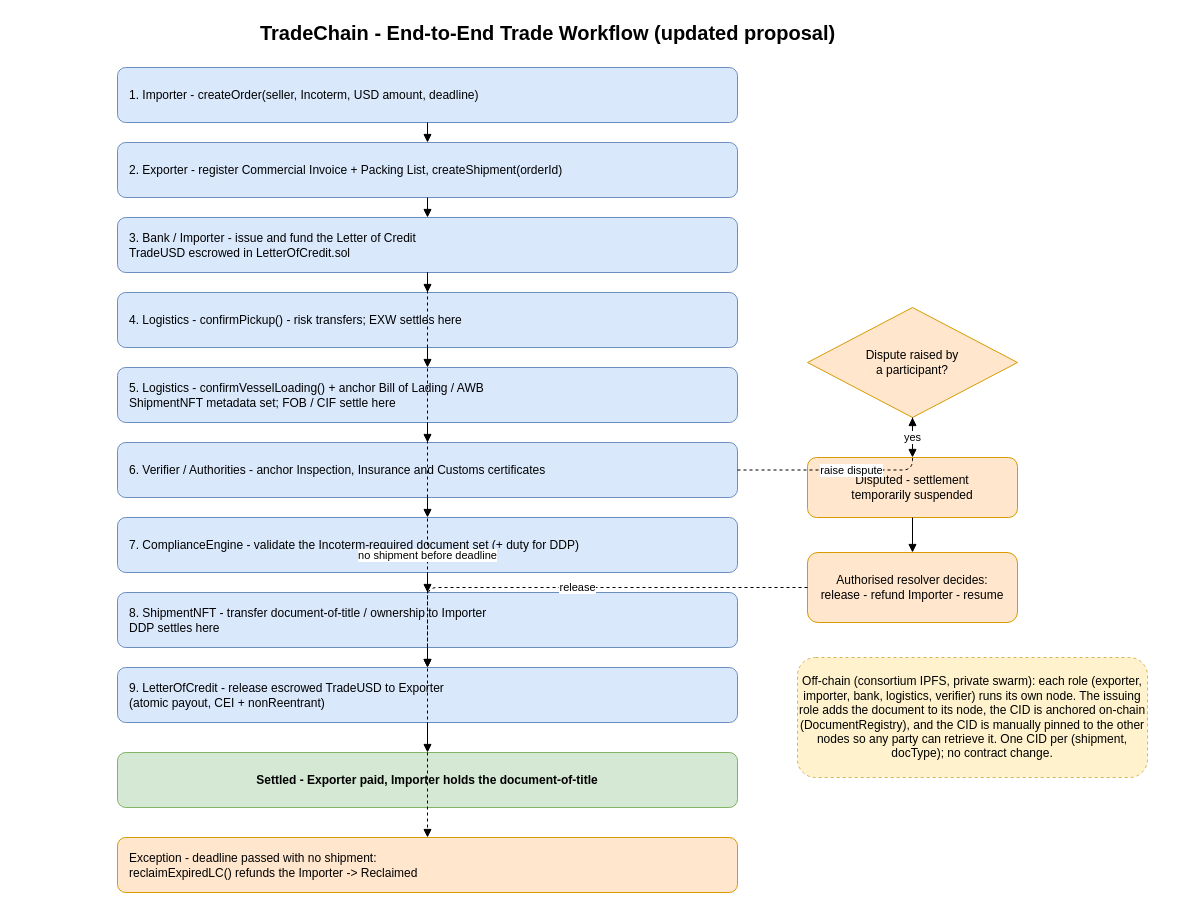
This is page "Workflow" (2 of 2) of docs/diagrams/TradeChain.drawio from hoi88ki/CSIT5760-Individual-Project, a draw.io file, before an edit. Source tidied: cells renumbered, new cells numbered last; positions are measured from the earlier drawing's top-left corner, leaving out a move shared by most shapes. Both pictures are drawn from the tidied source at 100%, with x=0, y=0 at pixel (17, 17).
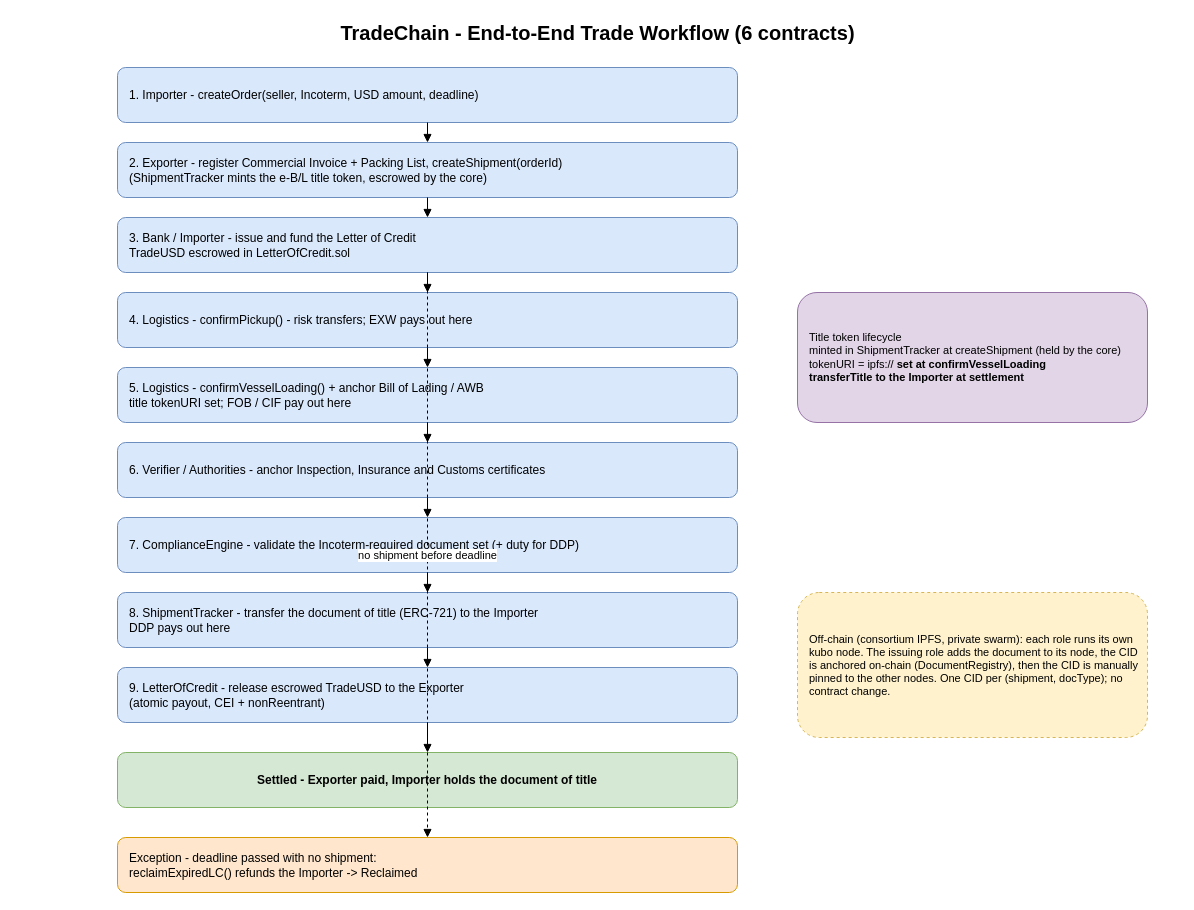
The same diagram, later.

The change refers to these unchanged cells:
```xml
<mxCell id="8" value="6. Verifier / Authorities - anchor Inspection, Insurance and Customs certificates" style="rounded=1;whiteSpace=wrap;html=1;fillColor=#dae8fc;strokeColor=#6c8ebf;align=left;spacingLeft=10;" parent="1" vertex="1">
  <mxGeometry x="100" y="425" width="620" height="55" as="geometry" />
</mxCell>
```

What changed in the source:
```diff
@@
-    <mxCell id="2" value="TradeChain - End-to-End Trade Workflow (updated proposal)" style="text;html=1;strokeColor=none;fillColor=none;align=center;verticalAlign=middle;fontSize=20;fontStyle=1;" parent="1" vertex="1">
-      <mxGeometry width="1060" height="30" as="geometry" />
+    <mxCell id="2" value="TradeChain - End-to-End Trade Workflow (6 contracts)" style="text;html=1;strokeColor=none;fillColor=none;align=center;verticalAlign=middle;fontSize=20;fontStyle=1;" parent="1" vertex="1">
+      <mxGeometry width="1160" height="30" as="geometry" />
     </mxCell>
@@
-    <mxCell id="4" value="2. Exporter - register Commercial Invoice + Packing List, createShipment(orderId)" style="rounded=1;whiteSpace=wrap;html=1;fillColor=#dae8fc;strokeColor=#6c8ebf;align=left;spacingLeft=10;" parent="1" vertex="1">
+    <mxCell id="4" value="2. Exporter - register Commercial Invoice + Packing List, createShipment(orderId)&#10;(ShipmentTracker mints the e-B/L title token, escrowed by the core)" style="rounded=1;whiteSpace=wrap;html=1;fillColor=#dae8fc;strokeColor=#6c8ebf;align=left;spacingLeft=10;" parent="1" vertex="1">
       <mxGeometry x="100" y="125" width="620" height="55" as="geometry" />
     </mxCell>
@@
-    <mxCell id="6" value="4. Logistics - confirmPickup() - risk transfers; EXW settles here" style="rounded=1;whiteSpace=wrap;html=1;fillColor=#dae8fc;strokeColor=#6c8ebf;align=left;spacingLeft=10;" parent="1" vertex="1">
+    <mxCell id="6" value="4. Logistics - confirmPickup() - risk transfers; EXW pays out here" style="rounded=1;whiteSpace=wrap;html=1;fillColor=#dae8fc;strokeColor=#6c8ebf;align=left;spacingLeft=10;" parent="1" vertex="1">
       <mxGeometry x="100" y="275" width="620" height="55" as="geometry" />
     </mxCell>
-    <mxCell id="7" value="5. Logistics - confirmVesselLoading() + anchor Bill of Lading / AWB&#10;ShipmentNFT metadata set; FOB / CIF settle here" style="rounded=1;whiteSpace=wrap;html=1;fillColor=#dae8fc;strokeColor=#6c8ebf;align=left;spacingLeft=10;" parent="1" vertex="1">
+    <mxCell id="7" value="5. Logistics - confirmVesselLoading() + anchor Bill of Lading / AWB&#10;title tokenURI set; FOB / CIF pay out here" style="rounded=1;whiteSpace=wrap;html=1;fillColor=#dae8fc;strokeColor=#6c8ebf;align=left;spacingLeft=10;" parent="1" vertex="1">
       <mxGeometry x="100" y="350" width="620" height="55" as="geometry" />
     </mxCell>
@@
-    <mxCell id="10" value="8. ShipmentNFT - transfer document-of-title / ownership to Importer&#10;DDP settles here" style="rounded=1;whiteSpace=wrap;html=1;fillColor=#dae8fc;strokeColor=#6c8ebf;align=left;spacingLeft=10;" parent="1" vertex="1">
+    <mxCell id="10" value="8. ShipmentTracker - transfer the document of title (ERC-721) to the Importer&#10;DDP pays out here" style="rounded=1;whiteSpace=wrap;html=1;fillColor=#dae8fc;strokeColor=#6c8ebf;align=left;spacingLeft=10;" parent="1" vertex="1">
       <mxGeometry x="100" y="575" width="620" height="55" as="geometry" />
     </mxCell>
-    <mxCell id="11" value="9. LetterOfCredit - release escrowed TradeUSD to Exporter&#10;(atomic payout, CEI + nonReentrant)" style="rounded=1;whiteSpace=wrap;html=1;fillColor=#dae8fc;strokeColor=#6c8ebf;align=left;spacingLeft=10;" parent="1" vertex="1">
+    <mxCell id="11" value="9. LetterOfCredit - release escrowed TradeUSD to the Exporter&#10;(atomic payout, CEI + nonReentrant)" style="rounded=1;whiteSpace=wrap;html=1;fillColor=#dae8fc;strokeColor=#6c8ebf;align=left;spacingLeft=10;" parent="1" vertex="1">
       <mxGeometry x="100" y="650" width="620" height="55" as="geometry" />
     </mxCell>
-    <mxCell id="12" value="Settled - Exporter paid, Importer holds the document-of-title" style="rounded=1;whiteSpace=wrap;html=1;fillColor=#d5e8d4;strokeColor=#82b366;fontStyle=1;align=center;" parent="1" vertex="1">
+    <mxCell id="12" value="Settled - Exporter paid, Importer holds the document of title" style="rounded=1;whiteSpace=wrap;html=1;fillColor=#d5e8d4;strokeColor=#82b366;fontStyle=1;align=center;" parent="1" vertex="1">
       <mxGeometry x="100" y="735" width="620" height="55" as="geometry" />
     </mxCell>
@@
-    <mxCell id="14" value="Dispute raised by&#10;a participant?" style="rhombus;whiteSpace=wrap;html=1;fillColor=#ffe6cc;strokeColor=#d79b00;" parent="1" vertex="1">
-      <mxGeometry x="790" y="290" width="210" height="110" as="geometry" />
-    </mxCell>
-    <mxCell id="15" value="Disputed - settlement&#10;temporarily suspended" style="rounded=1;whiteSpace=wrap;html=1;fillColor=#ffe6cc;strokeColor=#d79b00;" parent="1" vertex="1">
-      <mxGeometry x="790" y="440" width="210" height="60" as="geometry" />
-    </mxCell>
-    <mxCell id="16" value="Authorised resolver decides:&#10;release - refund Importer - resume" style="rounded=1;whiteSpace=wrap;html=1;fillColor=#ffe6cc;strokeColor=#d79b00;" parent="1" vertex="1">
-      <mxGeometry x="790" y="535" width="210" height="70" as="geometry" />
-    </mxCell>
+    <mxCell id="31" value="Off-chain (consortium IPFS, private swarm): each role runs its own kubo node. The issuing role adds the document to its node, the CID is anchored on-chain (DocumentRegistry), then the CID is manually pinned to the other nodes. One CID per (shipment, docType); no contract change." style="rounded=1;whiteSpace=wrap;html=1;fillColor=#fff2cc;strokeColor=#d6b656;dashed=1;align=left;spacingLeft=10;fontSize=11;" parent="1" vertex="1">
+      <mxGeometry x="780" y="575" width="350" height="145" as="geometry" />
+    </mxCell>
+    <mxCell id="32" value="Title token lifecycle&#10;minted in ShipmentTracker at createShipment (held by the core)&#10;tokenURI = ipfs://&lt;B/L CID&gt; set at confirmVesselLoading&#10;transferTitle to the Importer at settlement" style="rounded=1;whiteSpace=wrap;html=1;fillColor=#e1d5e7;strokeColor=#9673a6;align=left;spacingLeft=10;fontSize=11;" parent="1" vertex="1">
+      <mxGeometry x="780" y="275" width="350" height="130" as="geometry" />
+    </mxCell>
@@
-    <mxCell id="26" value="raise dispute" style="edgeStyle=orthogonalEdgeStyle;rounded=1;html=1;endArrow=block;endFill=1;dashed=1;" parent="1" edge="1" source="8" target="14">
-      <mxGeometry relative="1" as="geometry" />
-    </mxCell>
-    <mxCell id="27" value="yes" style="edgeStyle=orthogonalEdgeStyle;rounded=1;html=1;endArrow=block;endFill=1;" parent="1" edge="1" source="14" target="15">
-      <mxGeometry relative="1" as="geometry" />
-    </mxCell>
-    <mxCell id="28" style="edgeStyle=orthogonalEdgeStyle;rounded=1;html=1;endArrow=block;endFill=1;" parent="1" edge="1" source="15" target="16">
-      <mxGeometry relative="1" as="geometry" />
-    </mxCell>
-    <mxCell id="29" value="release" style="edgeStyle=orthogonalEdgeStyle;rounded=1;html=1;endArrow=block;endFill=1;dashed=1;" parent="1" edge="1" source="16" target="11">
-      <mxGeometry relative="1" as="geometry" />
-    </mxCell>
@@
-    <mxCell id="31" value="Off-chain (consortium IPFS, private swarm): each role (exporter, importer, bank, logistics, verifier) runs its own node. The issuing role adds the document to its node, the CID is anchored on-chain (DocumentRegistry), and the CID is manually pinned to the other nodes so any party can retrieve it. One CID per (shipment, docType); no contract change." style="rounded=1;whiteSpace=wrap;html=1;fillColor=#fff2cc;strokeColor=#d6b656;dashed=1;" parent="1" vertex="1">
-      <mxGeometry x="780" y="640" width="350" height="120" as="geometry" />
-    </mxCell>
```
